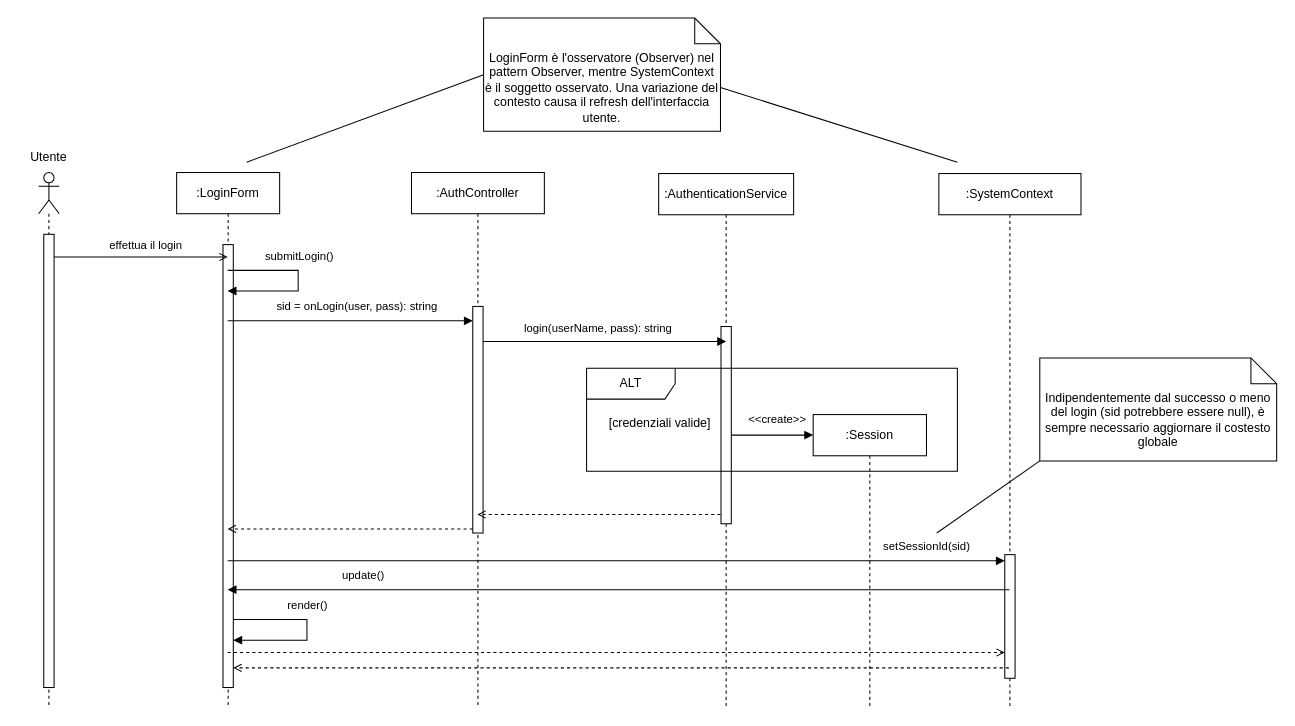
Before: content/seq/seqLoginLav.drawio in uni-aca100/ing-proj, a draw.io diagram. Source tidied: cells renumbered, new cells numbered last; positions are measured from the earlier drawing's top-left corner, leaving out a move shared by most shapes. Both pictures are drawn from the tidied source at 103%, with x=0, y=0 at pixel (18, 18).
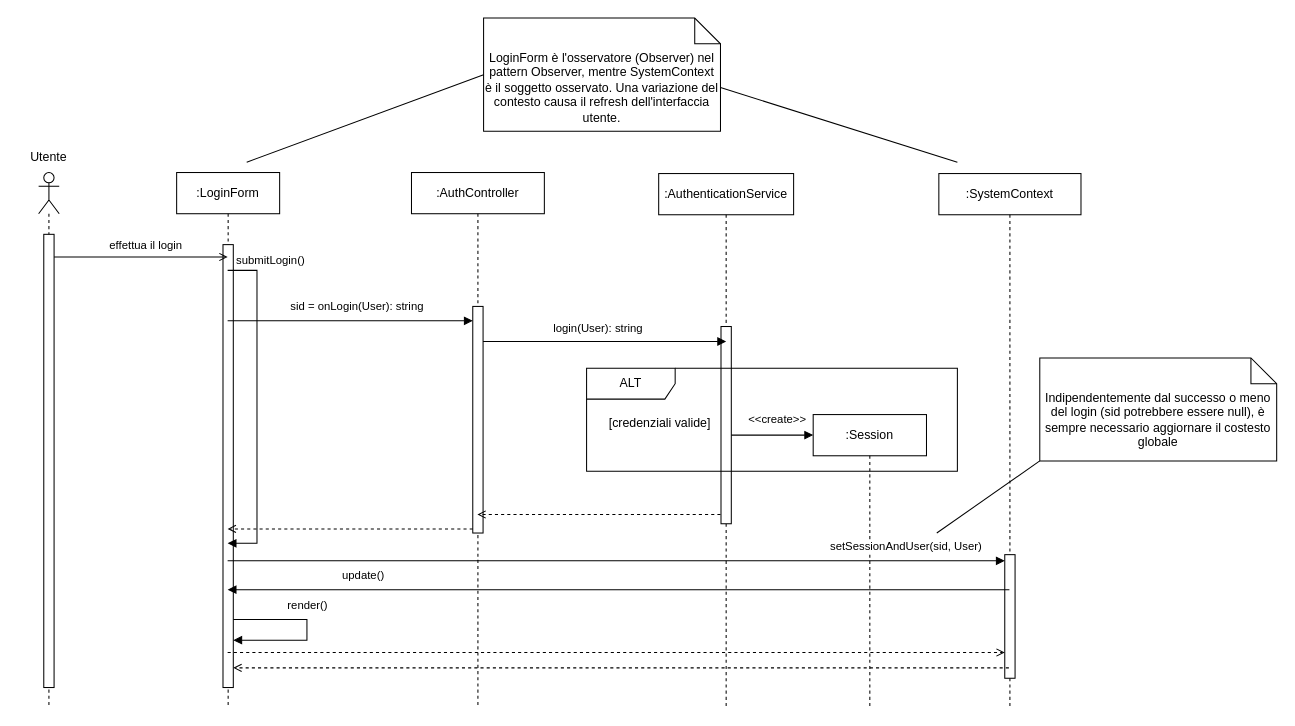
The same page after the edit.

The change refers to these unchanged cells:
```xml
<mxCell id="4" value=":LoginForm" style="shape=umlLifeline;perimeter=lifelinePerimeter;whiteSpace=wrap;html=1;outlineConnect=0;portConstraint=eastwest;newEdgeStyle={&quot;curved&quot;:0,&quot;rounded&quot;:0};" parent="1" vertex="1">
  <mxGeometry x="154" y="150" width="100" height="520" as="geometry" />
</mxCell>
<mxCell id="16" style="html=1;verticalAlign=bottom;labelBackgroundColor=none;endArrow=block;endFill=1;rounded=0;entryX=0;entryY=0;entryDx=0;entryDy=5;entryPerimeter=0;" parent="1" edge="1">
  <mxGeometry relative="1" as="geometry">
    <mxPoint x="203.5" y="294" as="sourcePoint" />
    <mxPoint x="441.5" y="294" as="targetPoint" />
  </mxGeometry>
</mxCell>
<mxCell id="20" style="html=1;verticalAlign=bottom;labelBackgroundColor=none;endArrow=block;endFill=1;rounded=0;" parent="1" edge="1">
  <mxGeometry relative="1" as="geometry">
    <mxPoint x="451.5" y="314" as="sourcePoint" />
    <mxPoint x="687.5" y="314" as="targetPoint" />
  </mxGeometry>
</mxCell>
<mxCell id="30" style="html=1;verticalAlign=bottom;labelBackgroundColor=none;endArrow=block;endFill=1;rounded=0;" parent="1" edge="1">
  <mxGeometry relative="1" as="geometry">
    <mxPoint x="203.5" y="527" as="sourcePoint" />
    <mxPoint x="958" y="527" as="targetPoint" />
  </mxGeometry>
</mxCell>
```

Diff of the diagram source:
```diff
@@
-    <mxCell id="17" value="sid = onLogin(user, pass): string" style="edgeLabel;html=1;align=center;verticalAlign=middle;" parent="16" vertex="1">
+    <mxCell id="17" value="sid = onLogin(User): string" style="edgeLabel;html=1;align=center;verticalAlign=middle;" parent="16" vertex="1">
       <mxGeometry x="0.11" relative="1" as="geometry">
         <mxPoint x="-7" y="-15" as="offset" />
       </mxGeometry>
     </mxCell>
-    <mxCell id="18" style="html=1;verticalAlign=bottom;labelBackgroundColor=none;endArrow=block;endFill=1;rounded=0;" parent="1" edge="1">
+    <mxCell id="18" style="html=1;verticalAlign=bottom;labelBackgroundColor=none;endArrow=block;endFill=1;rounded=0;" parent="1" edge="1" target="4">
       <mxGeometry relative="1" as="geometry">
         <mxPoint x="203.5" y="245" as="sourcePoint" />
-        <mxPoint x="203.5" y="265" as="targetPoint" />
         <Array as="points">
-          <mxPoint x="272" y="245" />
-          <mxPoint x="272" y="265" />
+          <mxPoint x="232" y="245" />
+          <mxPoint x="232" y="510" />
         </Array>
       </mxGeometry>
     </mxCell>
     <mxCell id="19" value="submitLogin()" style="edgeLabel;html=1;align=center;verticalAlign=middle;" parent="18" vertex="1">
       <mxGeometry x="-0.34" relative="1" as="geometry">
-        <mxPoint x="17" y="-15" as="offset" />
+        <mxPoint x="12" y="-88" as="offset" />
       </mxGeometry>
     </mxCell>
@@
-    <mxCell id="21" value="login(userName, pass): string" style="edgeLabel;html=1;align=center;verticalAlign=middle;" parent="20" vertex="1">
+    <mxCell id="21" value="login(User): string" style="edgeLabel;html=1;align=center;verticalAlign=middle;" parent="20" vertex="1">
       <mxGeometry x="0.11" relative="1" as="geometry">
         <mxPoint x="-20" y="-14" as="offset" />
       </mxGeometry>
     </mxCell>
@@
-    <mxCell id="31" value="setSessionId(sid)" style="edgeLabel;html=1;align=center;verticalAlign=middle;" parent="30" vertex="1">
+    <mxCell id="31" value="setSessionAndUser(sid, User)" style="edgeLabel;html=1;align=center;verticalAlign=middle;" parent="30" vertex="1">
       <mxGeometry x="0.11" relative="1" as="geometry">
-        <mxPoint x="259" y="-15" as="offset" />
+        <mxPoint x="239" y="-15" as="offset" />
       </mxGeometry>
     </mxCell>
```
